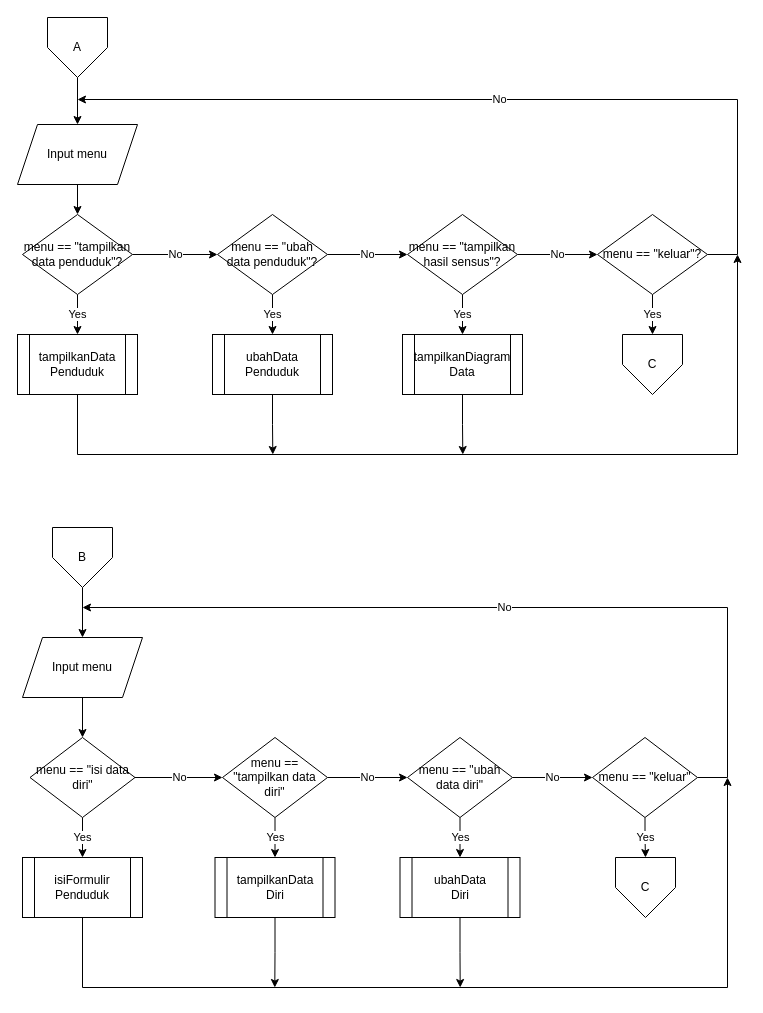
Earlier version of the draw.io diagram page "Page-2" (2 of 3) of Pendataan Penduduk.drawio (Azkina1123/PA-APL-Kelompok-4). Source tidied: cells renumbered, new cells numbered last; positions are measured from the earlier drawing's top-left corner, leaving out a move shared by most shapes. Both pictures are drawn from the tidied source at 100%, with x=0, y=0 at pixel (17, 17).
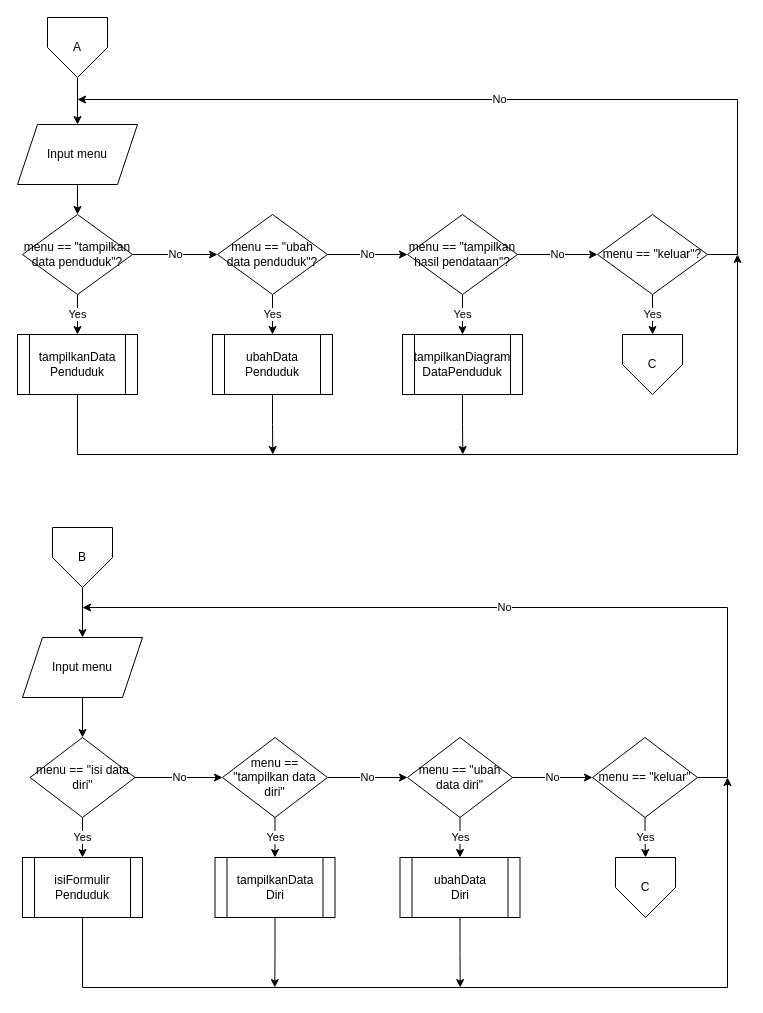
The same page after the edit.

Change to the diagram source:
```diff
@@
-    <mxCell id="12" value="menu == &quot;tampilkan hasil sensus&quot;?" style="rhombus;whiteSpace=wrap;html=1;" parent="1" vertex="1">
+    <mxCell id="12" value="menu == &quot;tampilkan hasil pendataan&quot;?" style="rhombus;whiteSpace=wrap;html=1;" parent="1" vertex="1">
       <mxGeometry x="390" y="197" width="110" height="80" as="geometry" />
     </mxCell>
@@
-    <mxCell id="21" value="tampilkanDiagram&lt;br&gt;Data" style="shape=process;whiteSpace=wrap;html=1;backgroundOutline=1;" parent="1" vertex="1">
+    <mxCell id="21" value="tampilkanDiagram&lt;br&gt;DataPenduduk" style="shape=process;whiteSpace=wrap;html=1;backgroundOutline=1;" parent="1" vertex="1">
       <mxGeometry x="385" y="317" width="120" height="60" as="geometry" />
     </mxCell>
```
